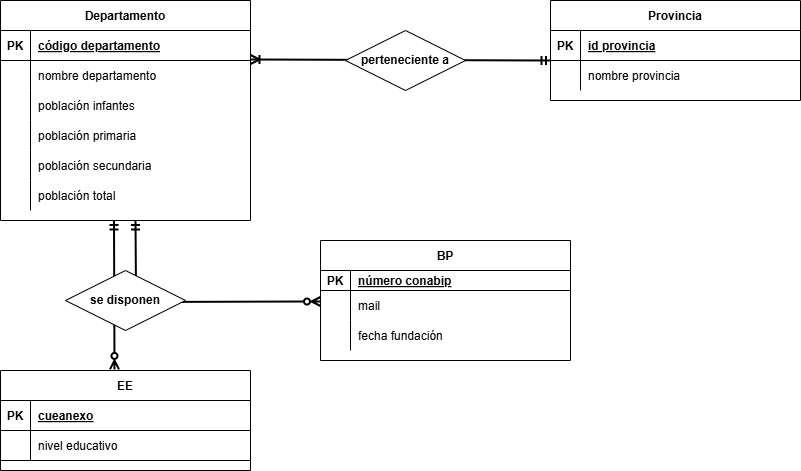
Earlier version of the draw.io export OtroPosibleDERtp.drawio.png (JoaquinArn/analisis-distribucion-ee-bp-argentina). Source tidied: cells renumbered, new cells last; positions are measured from the earlier drawing's top-left corner, leaving out a move shared by most shapes. Source of this version:
```xml
<mxGraphModel>
  <root>
    <mxCell id="0" />
    <mxCell id="1" parent="0" />
    <mxCell id="2" value="Departamento" style="shape=table;startSize=30;rowLines=0;fontStyle=1;align=center;labelBackgroundColor=none;" parent="1" vertex="1">
      <mxGeometry width="250" height="220" as="geometry" />
    </mxCell>
    <mxCell id="3" style="shape=partialRectangle;fillColor=none;top=0;left=0;right=0;bottom=1;labelBackgroundColor=none;" parent="2" vertex="1">
      <mxGeometry y="30" width="250" height="30" as="geometry" />
    </mxCell>
    <mxCell id="4" value="PK" style="shape=partialRectangle;overflow=hidden;fillColor=none;top=0;left=0;bottom=0;right=0;fontStyle=1;labelBackgroundColor=none;" parent="3" vertex="1">
      <mxGeometry width="30" height="30" as="geometry" />
    </mxCell>
    <mxCell id="5" value="código departamento" style="shape=partialRectangle;overflow=hidden;fillColor=none;top=0;left=0;bottom=0;right=0;align=left;spacingLeft=6;fontStyle=5;labelBackgroundColor=none;" parent="3" vertex="1">
      <mxGeometry x="30" width="220" height="30" as="geometry" />
    </mxCell>
    <mxCell id="6" style="shape=partialRectangle;fillColor=none;top=0;left=0;right=0;bottom=0;labelBackgroundColor=none;" parent="2" vertex="1">
      <mxGeometry y="60" width="250" height="30" as="geometry" />
    </mxCell>
    <mxCell id="7" style="shape=partialRectangle;overflow=hidden;fillColor=none;top=0;left=0;bottom=0;right=0;labelBackgroundColor=none;" parent="6" vertex="1">
      <mxGeometry width="30" height="30" as="geometry" />
    </mxCell>
    <mxCell id="8" value="nombre departamento" style="shape=partialRectangle;overflow=hidden;fillColor=none;top=0;left=0;bottom=0;right=0;align=left;spacingLeft=6;labelBackgroundColor=none;" parent="6" vertex="1">
      <mxGeometry x="30" width="220" height="30" as="geometry" />
    </mxCell>
    <mxCell id="9" style="shape=partialRectangle;fillColor=none;top=0;left=0;right=0;bottom=0;labelBackgroundColor=none;" parent="2" vertex="1">
      <mxGeometry y="90" width="250" height="30" as="geometry" />
    </mxCell>
    <mxCell id="10" style="shape=partialRectangle;overflow=hidden;fillColor=none;top=0;left=0;bottom=0;right=0;labelBackgroundColor=none;" parent="9" vertex="1">
      <mxGeometry width="30" height="30" as="geometry" />
    </mxCell>
    <mxCell id="11" value="población infantes" style="shape=partialRectangle;overflow=hidden;fillColor=none;top=0;left=0;bottom=0;right=0;align=left;spacingLeft=6;labelBackgroundColor=none;" parent="9" vertex="1">
      <mxGeometry x="30" width="220" height="30" as="geometry" />
    </mxCell>
    <mxCell id="12" style="shape=partialRectangle;fillColor=none;top=0;left=0;right=0;bottom=0;labelBackgroundColor=none;" parent="2" vertex="1">
      <mxGeometry y="120" width="250" height="30" as="geometry" />
    </mxCell>
    <mxCell id="13" style="shape=partialRectangle;overflow=hidden;fillColor=none;top=0;left=0;bottom=0;right=0;labelBackgroundColor=none;" parent="12" vertex="1">
      <mxGeometry width="30" height="30" as="geometry" />
    </mxCell>
    <mxCell id="14" value="población primaria" style="shape=partialRectangle;overflow=hidden;fillColor=none;top=0;left=0;bottom=0;right=0;align=left;spacingLeft=6;labelBackgroundColor=none;" parent="12" vertex="1">
      <mxGeometry x="30" width="220" height="30" as="geometry" />
    </mxCell>
    <mxCell id="15" style="shape=partialRectangle;fillColor=none;top=0;left=0;right=0;bottom=0;labelBackgroundColor=none;" parent="2" vertex="1">
      <mxGeometry y="150" width="250" height="30" as="geometry" />
    </mxCell>
    <mxCell id="16" style="shape=partialRectangle;overflow=hidden;fillColor=none;top=0;left=0;bottom=0;right=0;labelBackgroundColor=none;" parent="15" vertex="1">
      <mxGeometry width="30" height="30" as="geometry" />
    </mxCell>
    <mxCell id="17" value="población secundaria" style="shape=partialRectangle;overflow=hidden;fillColor=none;top=0;left=0;bottom=0;right=0;align=left;spacingLeft=6;labelBackgroundColor=none;" parent="15" vertex="1">
      <mxGeometry x="30" width="220" height="30" as="geometry" />
    </mxCell>
    <mxCell id="18" style="shape=partialRectangle;fillColor=none;top=0;left=0;right=0;bottom=0;labelBackgroundColor=none;" parent="2" vertex="1">
      <mxGeometry y="180" width="250" height="30" as="geometry" />
    </mxCell>
    <mxCell id="19" style="shape=partialRectangle;overflow=hidden;fillColor=none;top=0;left=0;bottom=0;right=0;labelBackgroundColor=none;" parent="18" vertex="1">
      <mxGeometry width="30" height="30" as="geometry" />
    </mxCell>
    <mxCell id="20" value="población total" style="shape=partialRectangle;overflow=hidden;fillColor=none;top=0;left=0;bottom=0;right=0;align=left;spacingLeft=6;labelBackgroundColor=none;" parent="18" vertex="1">
      <mxGeometry x="30" width="220" height="30" as="geometry" />
    </mxCell>
    <mxCell id="21" value="EE" style="shape=table;startSize=30;rowLines=0;fontStyle=1;align=center;labelBackgroundColor=none;" parent="1" vertex="1">
      <mxGeometry y="370" width="250" height="100" as="geometry" />
    </mxCell>
    <mxCell id="22" style="shape=partialRectangle;fillColor=none;top=0;left=0;right=0;bottom=1;labelBackgroundColor=none;" parent="21" vertex="1">
      <mxGeometry y="30" width="250" height="30" as="geometry" />
    </mxCell>
    <mxCell id="23" value="PK" style="shape=partialRectangle;overflow=hidden;fillColor=none;top=0;left=0;bottom=0;right=0;fontStyle=1;labelBackgroundColor=none;" parent="22" vertex="1">
      <mxGeometry width="30" height="30" as="geometry" />
    </mxCell>
    <mxCell id="24" value="cueanexo" style="shape=partialRectangle;overflow=hidden;fillColor=none;top=0;left=0;bottom=0;right=0;align=left;spacingLeft=6;fontStyle=5;labelBackgroundColor=none;" parent="22" vertex="1">
      <mxGeometry x="30" width="220" height="30" as="geometry" />
    </mxCell>
    <mxCell id="25" style="shape=partialRectangle;fillColor=none;top=0;left=0;right=0;bottom=1;labelBackgroundColor=none;" parent="21" vertex="1">
      <mxGeometry y="60" width="250" height="30" as="geometry" />
    </mxCell>
    <mxCell id="26" style="shape=partialRectangle;overflow=hidden;fillColor=none;top=0;left=0;bottom=0;right=0;fontStyle=0;labelBackgroundColor=none;strokeColor=default;" parent="25" vertex="1">
      <mxGeometry width="30" height="30" as="geometry" />
    </mxCell>
    <mxCell id="27" value="nivel educativo" style="shape=partialRectangle;overflow=hidden;fillColor=none;top=0;left=0;bottom=0;right=0;align=left;spacingLeft=6;fontStyle=0;labelBackgroundColor=none;" parent="25" vertex="1">
      <mxGeometry x="30" width="220" height="30" as="geometry" />
    </mxCell>
    <mxCell id="28" value="BP" style="shape=table;startSize=30;rowLines=0;fontStyle=1;align=center;labelBackgroundColor=none;" parent="1" vertex="1">
      <mxGeometry x="320" y="240" width="250" height="120" as="geometry" />
    </mxCell>
    <mxCell id="29" style="shape=partialRectangle;fillColor=none;top=0;left=0;right=0;bottom=1;labelBackgroundColor=none;" parent="28" vertex="1">
      <mxGeometry y="30" width="250" height="20" as="geometry" />
    </mxCell>
    <mxCell id="30" value="PK" style="shape=partialRectangle;overflow=hidden;fillColor=none;top=0;left=0;bottom=0;right=0;fontStyle=1;labelBackgroundColor=none;" parent="29" vertex="1">
      <mxGeometry width="30" height="20" as="geometry" />
    </mxCell>
    <mxCell id="31" value="número conabip" style="shape=partialRectangle;overflow=hidden;fillColor=none;top=0;left=0;bottom=0;right=0;align=left;spacingLeft=6;fontStyle=5;labelBackgroundColor=none;" parent="29" vertex="1">
      <mxGeometry x="30" width="220" height="20" as="geometry" />
    </mxCell>
    <mxCell id="32" style="shape=partialRectangle;fillColor=none;top=0;left=0;right=0;bottom=0;labelBackgroundColor=none;" parent="28" vertex="1">
      <mxGeometry y="50" width="250" height="30" as="geometry" />
    </mxCell>
    <mxCell id="33" style="shape=partialRectangle;overflow=hidden;fillColor=none;top=0;left=0;bottom=0;right=0;labelBackgroundColor=none;" parent="32" vertex="1">
      <mxGeometry width="30" height="30" as="geometry" />
    </mxCell>
    <mxCell id="34" value="mail" style="shape=partialRectangle;overflow=hidden;fillColor=none;top=0;left=0;bottom=0;right=0;align=left;spacingLeft=6;labelBackgroundColor=none;" parent="32" vertex="1">
      <mxGeometry x="30" width="220" height="30" as="geometry" />
    </mxCell>
    <mxCell id="35" style="shape=partialRectangle;fillColor=none;top=0;left=0;right=0;bottom=0;labelBackgroundColor=none;" parent="28" vertex="1">
      <mxGeometry y="80" width="250" height="30" as="geometry" />
    </mxCell>
    <mxCell id="36" style="shape=partialRectangle;overflow=hidden;fillColor=none;top=0;left=0;bottom=0;right=0;labelBackgroundColor=none;" parent="35" vertex="1">
      <mxGeometry width="30" height="30" as="geometry" />
    </mxCell>
    <mxCell id="37" value="fecha fundación" style="shape=partialRectangle;overflow=hidden;fillColor=none;top=0;left=0;bottom=0;right=0;align=left;spacingLeft=6;labelBackgroundColor=none;" parent="35" vertex="1">
      <mxGeometry x="30" width="220" height="30" as="geometry" />
    </mxCell>
    <mxCell id="38" value="Provincia" style="shape=table;startSize=30;rowLines=0;fontStyle=1;align=center;labelBackgroundColor=none;" parent="1" vertex="1">
      <mxGeometry x="550" width="250" height="100" as="geometry" />
    </mxCell>
    <mxCell id="39" style="shape=partialRectangle;fillColor=none;top=0;left=0;right=0;bottom=1;labelBackgroundColor=none;" parent="38" vertex="1">
      <mxGeometry y="30" width="250" height="30" as="geometry" />
    </mxCell>
    <mxCell id="40" value="PK" style="shape=partialRectangle;overflow=hidden;fillColor=none;top=0;left=0;bottom=0;right=0;fontStyle=1;labelBackgroundColor=none;" parent="39" vertex="1">
      <mxGeometry width="30" height="30" as="geometry" />
    </mxCell>
    <mxCell id="41" value="id provincia" style="shape=partialRectangle;overflow=hidden;fillColor=none;top=0;left=0;bottom=0;right=0;align=left;spacingLeft=6;fontStyle=5;labelBackgroundColor=none;" parent="39" vertex="1">
      <mxGeometry x="30" width="220" height="30" as="geometry" />
    </mxCell>
    <mxCell id="42" style="shape=partialRectangle;fillColor=none;top=0;left=0;right=0;bottom=0;labelBackgroundColor=none;" parent="38" vertex="1">
      <mxGeometry y="60" width="250" height="30" as="geometry" />
    </mxCell>
    <mxCell id="43" style="shape=partialRectangle;overflow=hidden;fillColor=none;top=0;left=0;bottom=0;right=0;labelBackgroundColor=none;" parent="42" vertex="1">
      <mxGeometry width="30" height="30" as="geometry" />
    </mxCell>
    <mxCell id="44" value="nombre provincia" style="shape=partialRectangle;overflow=hidden;fillColor=none;top=0;left=0;bottom=0;right=0;align=left;spacingLeft=6;labelBackgroundColor=none;" parent="42" vertex="1">
      <mxGeometry x="30" width="220" height="30" as="geometry" />
    </mxCell>
    <mxCell id="45" style="endArrow=ERmandOne;startArrow=ERoneToMany;endFill=0;startFill=0;strokeWidth=2;labelBackgroundColor=none;fontColor=default;" parent="1" edge="1">
      <mxGeometry relative="1" as="geometry">
        <mxPoint x="250" y="59" as="sourcePoint" />
        <mxPoint x="550" y="60" as="targetPoint" />
      </mxGeometry>
    </mxCell>
    <mxCell id="46" value="&lt;b&gt;perteneciente a&lt;/b&gt;" style="shape=rhombus;perimeter=rhombusPerimeter;whiteSpace=wrap;html=1;align=center;labelBackgroundColor=none;" parent="1" vertex="1">
      <mxGeometry x="345" y="30" width="120" height="60" as="geometry" />
    </mxCell>
    <mxCell id="47" style="edgeStyle=orthogonalEdgeStyle;endArrow=ERmandOne;startArrow=ERzeroToMany;endFill=0;startFill=0;strokeWidth=2;labelBackgroundColor=none;fontColor=default;" parent="1" edge="1">
      <mxGeometry relative="1" as="geometry">
        <mxPoint x="320" y="301" as="sourcePoint" />
        <mxPoint x="135" y="220" as="targetPoint" />
      </mxGeometry>
    </mxCell>
    <mxCell id="48" style="edgeStyle=orthogonalEdgeStyle;endArrow=ERmandOne;startArrow=ERzeroToMany;endFill=0;startFill=0;strokeWidth=2;labelBackgroundColor=none;fontColor=default;exitX=0.456;exitY=-0.011;exitDx=0;exitDy=0;exitPerimeter=0;" parent="1" edge="1" source="21">
      <mxGeometry relative="1" as="geometry">
        <mxPoint x="113.5" y="220" as="targetPoint" />
      </mxGeometry>
    </mxCell>
    <mxCell id="49" value="&lt;b&gt;se disponen&lt;/b&gt;" style="shape=rhombus;perimeter=rhombusPerimeter;whiteSpace=wrap;html=1;align=center;labelBackgroundColor=none;" parent="1" vertex="1">
      <mxGeometry x="65" y="270" width="120" height="60" as="geometry" />
    </mxCell>
  </root>
</mxGraphModel>
```
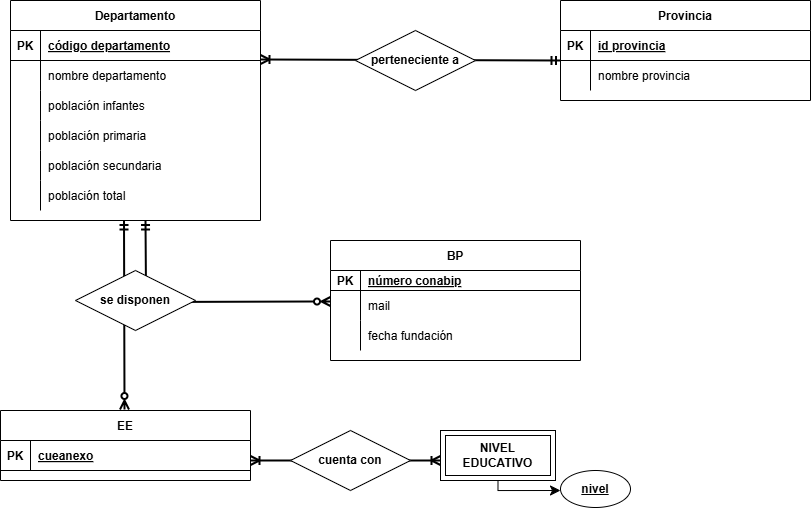
Above is the later version.

Commit message:
DER Mejorado

Éste presenta mejor las entidades y sus atributos; pero se mantiene la consulta sobre la relación "se disponen"

Change to the diagram source:
```diff
@@ -60,7 +60,7 @@
       <mxGeometry x="30" width="220" height="30" as="geometry" />
     </mxCell>
     <mxCell id="21" value="EE" style="shape=table;startSize=30;rowLines=0;fontStyle=1;align=center;labelBackgroundColor=none;" parent="1" vertex="1">
-      <mxGeometry y="370" width="250" height="100" as="geometry" />
+      <mxGeometry x="-10" y="410" width="250" height="70" as="geometry" />
     </mxCell>
     <mxCell id="22" style="shape=partialRectangle;fillColor=none;top=0;left=0;right=0;bottom=1;labelBackgroundColor=none;" parent="21" vertex="1">
       <mxGeometry y="30" width="250" height="30" as="geometry" />
@@ -71,15 +71,6 @@
     <mxCell id="24" value="cueanexo" style="shape=partialRectangle;overflow=hidden;fillColor=none;top=0;left=0;bottom=0;right=0;align=left;spacingLeft=6;fontStyle=5;labelBackgroundColor=none;" parent="22" vertex="1">
       <mxGeometry x="30" width="220" height="30" as="geometry" />
     </mxCell>
-    <mxCell id="25" style="shape=partialRectangle;fillColor=none;top=0;left=0;right=0;bottom=1;labelBackgroundColor=none;" parent="21" vertex="1">
-      <mxGeometry y="60" width="250" height="30" as="geometry" />
-    </mxCell>
-    <mxCell id="26" style="shape=partialRectangle;overflow=hidden;fillColor=none;top=0;left=0;bottom=0;right=0;fontStyle=0;labelBackgroundColor=none;strokeColor=default;" parent="25" vertex="1">
-      <mxGeometry width="30" height="30" as="geometry" />
-    </mxCell>
-    <mxCell id="27" value="nivel educativo" style="shape=partialRectangle;overflow=hidden;fillColor=none;top=0;left=0;bottom=0;right=0;align=left;spacingLeft=6;fontStyle=0;labelBackgroundColor=none;" parent="25" vertex="1">
-      <mxGeometry x="30" width="220" height="30" as="geometry" />
-    </mxCell>
     <mxCell id="28" value="BP" style="shape=table;startSize=30;rowLines=0;fontStyle=1;align=center;labelBackgroundColor=none;" parent="1" vertex="1">
       <mxGeometry x="320" y="240" width="250" height="120" as="geometry" />
     </mxCell>
@@ -146,13 +137,37 @@
         <mxPoint x="135" y="220" as="targetPoint" />
       </mxGeometry>
     </mxCell>
-    <mxCell id="48" style="edgeStyle=orthogonalEdgeStyle;endArrow=ERmandOne;startArrow=ERzeroToMany;endFill=0;startFill=0;strokeWidth=2;labelBackgroundColor=none;fontColor=default;exitX=0.456;exitY=-0.011;exitDx=0;exitDy=0;exitPerimeter=0;" parent="1" edge="1" source="21">
+    <mxCell id="48" style="endArrow=ERmandOne;startArrow=ERzeroToMany;endFill=0;startFill=0;strokeWidth=2;labelBackgroundColor=none;fontColor=default;" parent="1" edge="1">
       <mxGeometry relative="1" as="geometry">
+        <mxPoint x="114" y="409" as="sourcePoint" />
         <mxPoint x="113.5" y="220" as="targetPoint" />
       </mxGeometry>
     </mxCell>
     <mxCell id="49" value="&lt;b&gt;se disponen&lt;/b&gt;" style="shape=rhombus;perimeter=rhombusPerimeter;whiteSpace=wrap;html=1;align=center;labelBackgroundColor=none;" parent="1" vertex="1">
       <mxGeometry x="65" y="270" width="120" height="60" as="geometry" />
     </mxCell>
+    <mxCell id="50" value="&lt;b&gt;NIVEL EDUCATIVO&lt;/b&gt;" style="shape=ext;margin=3;double=1;whiteSpace=wrap;html=1;align=center;" parent="1" vertex="1">
+      <mxGeometry x="430" y="430" width="115" height="50" as="geometry" />
+    </mxCell>
+    <mxCell id="51" style="edgeStyle=entityRelationEdgeStyle;fontSize=12;html=1;endArrow=ERoneToMany;startArrow=ERoneToMany;rounded=0;strokeWidth=2;" parent="1" edge="1">
+      <mxGeometry relative="1" as="geometry">
+        <mxPoint x="240" y="460" as="sourcePoint" />
+        <mxPoint x="430" y="460" as="targetPoint" />
+      </mxGeometry>
+    </mxCell>
+    <mxCell id="52" value="&lt;b&gt;cuenta con&lt;/b&gt;" style="shape=rhombus;perimeter=rhombusPerimeter;whiteSpace=wrap;html=1;align=center;labelBackgroundColor=none;" parent="1" vertex="1">
+      <mxGeometry x="280" y="430" width="120" height="60" as="geometry" />
+    </mxCell>
+    <mxCell id="53" style="edgeStyle=segmentEdgeStyle;endArrow=classic;html=1;curved=0;rounded=0;endSize=8;startSize=8;horizontal=1;exitX=0.5;exitY=1;exitDx=0;exitDy=0;" parent="1" edge="1" source="50">
+      <mxGeometry relative="1" as="geometry">
+        <mxPoint x="550" y="490" as="targetPoint" />
+        <Array as="points">
+          <mxPoint x="487" y="490" />
+        </Array>
+      </mxGeometry>
+    </mxCell>
+    <mxCell id="54" value="&lt;b&gt;&lt;u&gt;nivel&lt;/u&gt;&lt;/b&gt;" style="ellipse;whiteSpace=wrap;html=1;" parent="1" vertex="1">
+      <mxGeometry x="550" y="470" width="70" height="37" as="geometry" />
+    </mxCell>
   </root>
 </mxGraphModel>
```
